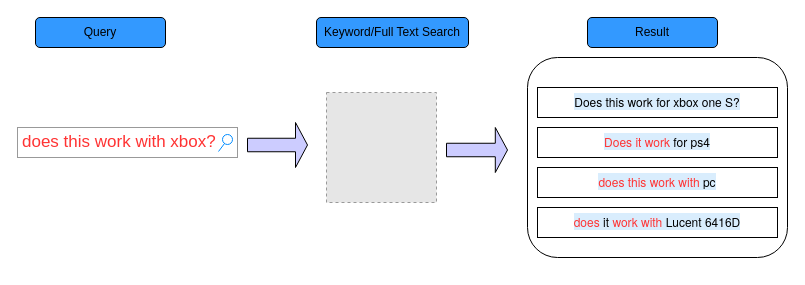
Earlier version of the draw.io diagram 未命名绘图.drawio (leejianwei/aws-diagram). Source tidied: cells renumbered, new cells numbered last; positions are measured from the earlier drawing's top-left corner, leaving out a move shared by most shapes. Both pictures are drawn from the tidied source at 100%, with x=0, y=0 at pixel (17, 17). Pictures stored in the file or linked from it are replaced by grey dashed boxes.
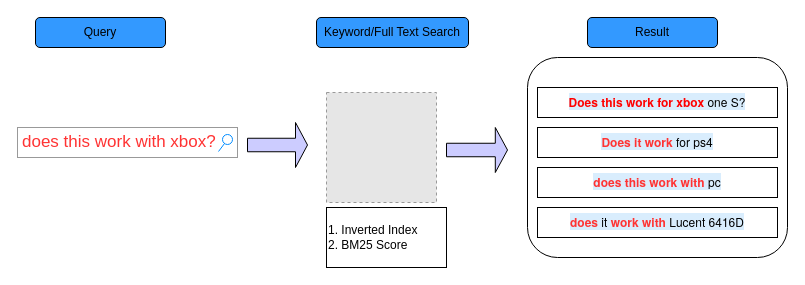
The same diagram, later.

Commit message:
Update 未命名绘图.drawio

What changed in the source:
```diff
@@
 <mxGraphModel>
   <root>
     <mxCell id="0" />
     <mxCell id="1" parent="0" />
     <mxCell id="2" value="&lt;font color=&quot;#ff3333&quot;&gt;does this work with xbox?&lt;/font&gt;" style="strokeWidth=1;shadow=0;dashed=0;align=center;html=1;shape=mxgraph.mockup.forms.searchBox;strokeColor=#999999;mainText=;strokeColor2=#008cff;fontColor=#666666;fontSize=17;align=left;spacingLeft=3;" parent="1" vertex="1">
       <mxGeometry y="110" width="220" height="30" as="geometry" />
     </mxCell>
     <mxCell id="3" style="rounded=1;whiteSpace=wrap;html=1;" parent="1" vertex="1">
       <mxGeometry x="510" y="40" width="260" height="200" as="geometry" />
     </mxCell>
     <mxCell id="4" value="Result" style="rounded=1;whiteSpace=wrap;html=1;fillColor=#3399FF;" parent="1" vertex="1">
       <mxGeometry x="570" width="130" height="30" as="geometry" />
     </mxCell>
-    <mxCell id="5" value="&lt;span style=&quot;font-family: &amp;quot;Helvetica Neue&amp;quot;, Helvetica, Arial, sans-serif; text-align: right; background-color: rgba(66, 165, 245, 0.2);&quot;&gt;Does this work for xbox one S?&lt;/span&gt;" style="rounded=0;whiteSpace=wrap;html=1;" parent="1" vertex="1">
+    <mxCell id="5" value="&lt;span style=&quot;font-family: &amp;quot;Helvetica Neue&amp;quot;, Helvetica, Arial, sans-serif; text-align: right; background-color: rgba(66, 165, 245, 0.2);&quot;&gt;&lt;font style=&quot;&quot; color=&quot;#ff0000&quot;&gt;&lt;b&gt;Does this work for xbox&lt;/b&gt;&lt;/font&gt; one S?&lt;/span&gt;" style="rounded=0;whiteSpace=wrap;html=1;" parent="1" vertex="1">
       <mxGeometry x="520" y="70" width="240" height="30" as="geometry" />
     </mxCell>
-    <mxCell id="6" value="&lt;span style=&quot;font-family: &amp;quot;Helvetica Neue&amp;quot;, Helvetica, Arial, sans-serif; text-align: right; background-color: rgba(66, 165, 245, 0.2);&quot;&gt;&lt;font color=&quot;#ff3333&quot;&gt;Does it work&lt;/font&gt; for ps4&lt;/span&gt;" style="rounded=0;whiteSpace=wrap;html=1;" parent="1" vertex="1">
+    <mxCell id="6" value="&lt;span style=&quot;font-family: &amp;quot;Helvetica Neue&amp;quot;, Helvetica, Arial, sans-serif; text-align: right; background-color: rgba(66, 165, 245, 0.2);&quot;&gt;&lt;font color=&quot;#ff3333&quot;&gt;&lt;b&gt;Does it work&lt;/b&gt;&lt;/font&gt; for ps4&lt;/span&gt;" style="rounded=0;whiteSpace=wrap;html=1;" parent="1" vertex="1">
       <mxGeometry x="520" y="110" width="240" height="30" as="geometry" />
     </mxCell>
-    <mxCell id="7" value="&lt;span style=&quot;font-family: &amp;quot;Helvetica Neue&amp;quot;, Helvetica, Arial, sans-serif; text-align: right; background-color: rgba(66, 165, 245, 0.2);&quot;&gt;&lt;font color=&quot;#ff3333&quot;&gt;does this work&lt;/font&gt; &lt;font color=&quot;#ff3333&quot;&gt;with&lt;/font&gt; pc&lt;/span&gt;" style="rounded=0;whiteSpace=wrap;html=1;" parent="1" vertex="1">
+    <mxCell id="7" value="&lt;span style=&quot;font-family: &amp;quot;Helvetica Neue&amp;quot;, Helvetica, Arial, sans-serif; text-align: right; background-color: rgba(66, 165, 245, 0.2);&quot;&gt;&lt;b&gt;&lt;font color=&quot;#ff3333&quot;&gt;does this work&lt;/font&gt; &lt;font color=&quot;#ff3333&quot;&gt;with&lt;/font&gt; &lt;/b&gt;pc&lt;/span&gt;" style="rounded=0;whiteSpace=wrap;html=1;" parent="1" vertex="1">
       <mxGeometry x="520" y="150" width="240" height="30" as="geometry" />
     </mxCell>
-    <mxCell id="8" value="&lt;span style=&quot;font-family: &amp;quot;Helvetica Neue&amp;quot;, Helvetica, Arial, sans-serif; text-align: right; background-color: rgba(66, 165, 245, 0.2);&quot;&gt;&lt;font color=&quot;#ff3333&quot;&gt;does&lt;/font&gt; it &lt;font color=&quot;#ff3333&quot;&gt;work with&lt;/font&gt; Lucent 6416D&lt;/span&gt;" style="rounded=0;whiteSpace=wrap;html=1;" parent="1" vertex="1">
+    <mxCell id="8" value="&lt;span style=&quot;font-family: &amp;quot;Helvetica Neue&amp;quot;, Helvetica, Arial, sans-serif; text-align: right; background-color: rgba(66, 165, 245, 0.2);&quot;&gt;&lt;font color=&quot;#ff3333&quot;&gt;&lt;b&gt;does&lt;/b&gt;&lt;/font&gt; it &lt;font color=&quot;#ff3333&quot;&gt;&lt;b&gt;work&lt;/b&gt; &lt;b&gt;with&lt;/b&gt;&lt;/font&gt; Lucent 6416D&lt;/span&gt;" style="rounded=0;whiteSpace=wrap;html=1;" parent="1" vertex="1">
       <mxGeometry x="520" y="190" width="240" height="30" as="geometry" />
     </mxCell>
     <mxCell id="9" style="shape=singleArrow;whiteSpace=wrap;html=1;fillColor=#CCCCFF;" parent="1" vertex="1">
       <mxGeometry x="230" y="105" width="60" height="45" as="geometry" />
     </mxCell>
     <mxCell id="10" style="fillColor=#E6E6E6;strokeColor=#999999;dashed=1;verticalLabelPosition=bottom;labelBackgroundColor=default;verticalAlign=top;" parent="1" vertex="1">
       <mxGeometry x="309" y="75" width="110" height="110" as="geometry" />
     </mxCell>
     <mxCell id="11" value="Query" style="rounded=1;whiteSpace=wrap;html=1;fillColor=#3399FF;" parent="1" vertex="1">
       <mxGeometry x="18" width="130" height="30" as="geometry" />
     </mxCell>
     <mxCell id="12" value="Keyword/Full Text Search" style="rounded=1;whiteSpace=wrap;html=1;fillColor=#3399FF;" parent="1" vertex="1">
       <mxGeometry x="299" width="152" height="30" as="geometry" />
     </mxCell>
     <mxCell id="13" style="shape=singleArrow;whiteSpace=wrap;html=1;fillColor=#CCCCFF;" parent="1" vertex="1">
       <mxGeometry x="429" y="110" width="61" height="45" as="geometry" />
     </mxCell>
+    <mxCell id="14" value="&lt;font color=&quot;#000000&quot;&gt;1. Inverted Index&lt;br&gt;2. BM25 Score&lt;/font&gt;" style="rounded=0;whiteSpace=wrap;html=1;fontColor=#FF0000;align=left;" parent="1" vertex="1">
+      <mxGeometry x="309" y="190" width="120" height="60" as="geometry" />
+    </mxCell>
   </root>
 </mxGraphModel>
```
